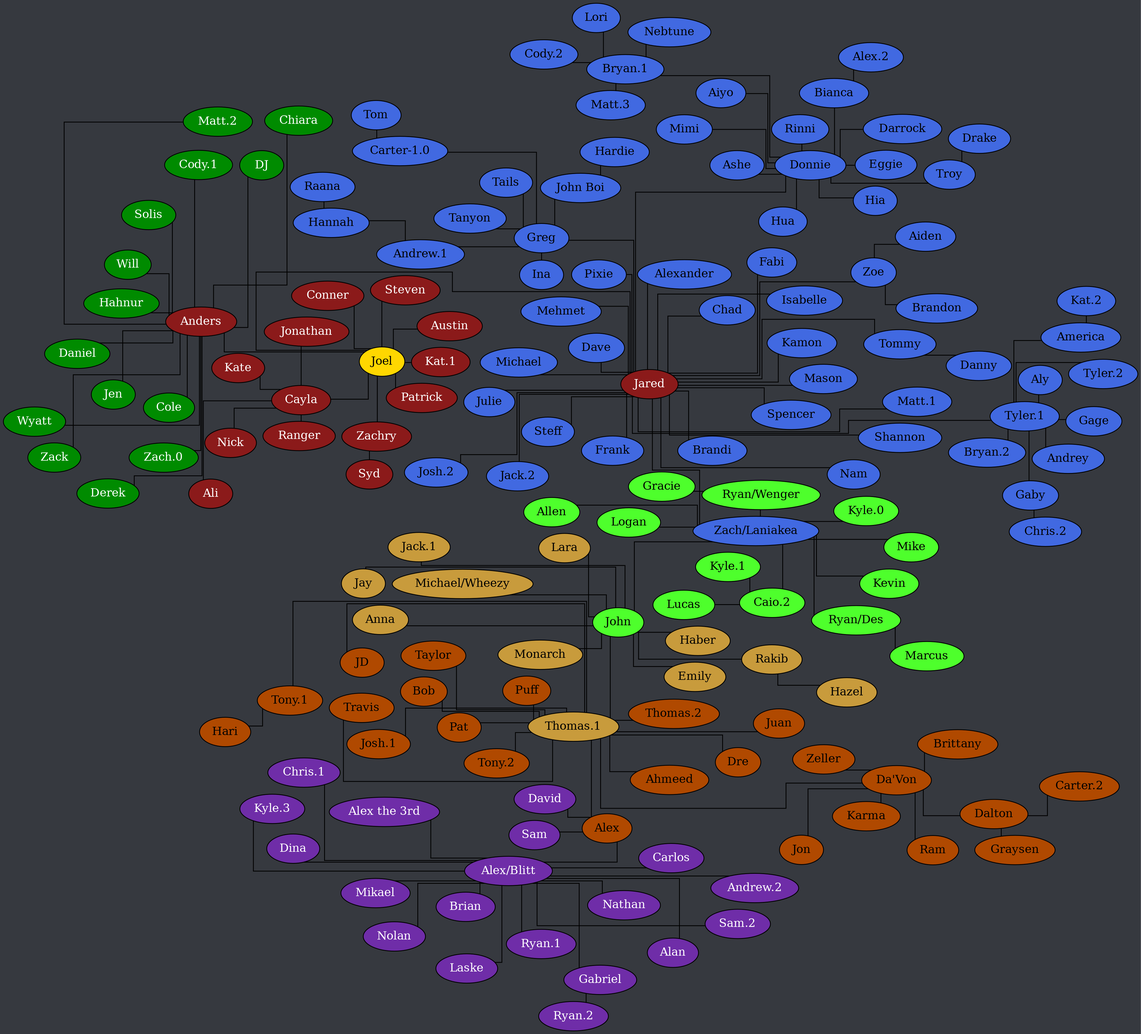
Above: tree.png in Documidas/CoronaCatzFamilyTree (Graphviz), before the change. Its source is kept beside it as tree.dot.
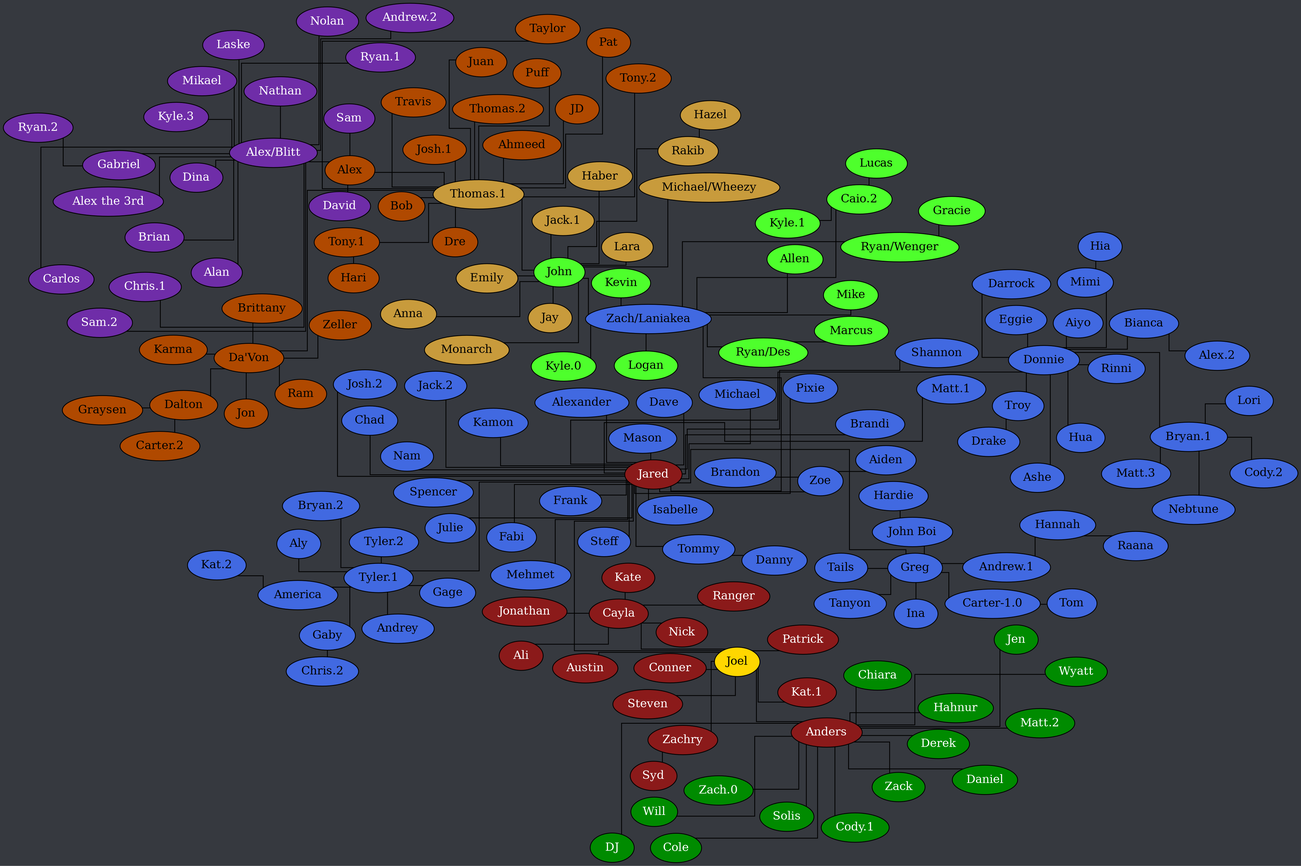
Later version of the same file.

Commit message:
Move Hia to Mimi

Change to the diagram source:
```diff
@@ -68,7 +68,6 @@
 		Donnie -- "Bryan.1";
 		Donnie -- Darrock;
 		Donnie -- Eggie;
-		Donnie -- Hia;
 		Donnie -- Hua;
 		Donnie -- Mimi;
 		Donnie -- Rinni;
@@ -108,6 +107,7 @@
 		Jared -- "Zach/Laniakea";
 		Jared -- Zoe;
 		"John Boi" -- Hardie;
+		Mimi -- Hia;
 		Tommy -- Danny;
 		Troy -- Drake;
 		"Tyler.1" -- Aly;
```
